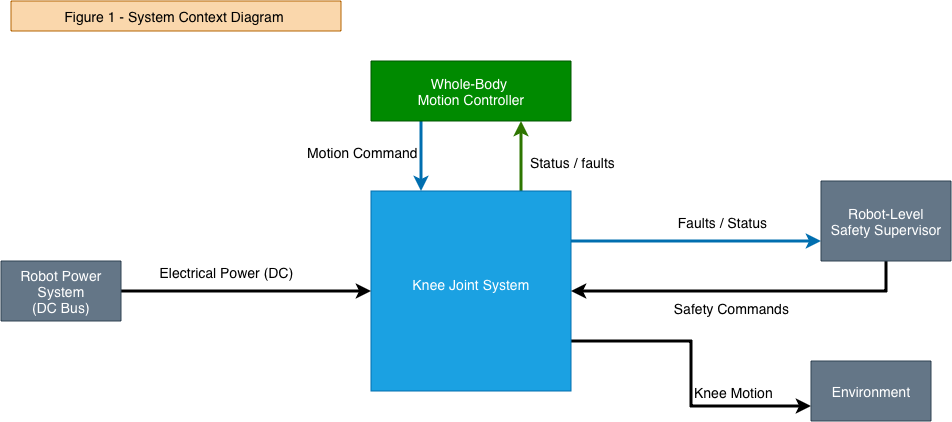
sjois13/humanoid-knee-joint-safety-demonstrator keeps this draw.io diagram as diagrams/01_System_Context_Diagram.drawio.png. Above is the earlier version. Source tidied: cells renumbered, new cells last; positions are measured from the earlier drawing's top-left corner, leaving out a move shared by most shapes. Source of this version:
```xml
<mxGraphModel>
  <root>
    <mxCell id="0" />
    <mxCell id="1" parent="0" />
    <mxCell id="2" style="edgeStyle=orthogonalEdgeStyle;rounded=0;jettySize=auto;html=1;exitX=0.75;exitY=0;exitDx=0;exitDy=0;entryX=0.75;entryY=1;entryDx=0;entryDy=0;strokeWidth=3;strokeColor=#2D7600;fillColor=#60a917;" parent="1" edge="1" source="8" target="11">
      <mxGeometry relative="1" as="geometry" />
    </mxCell>
    <mxCell id="3" value="&lt;font style=&quot;font-size: 14px;&quot;&gt;Status / faults&lt;/font&gt;" style="edgeLabel;html=1;align=center;verticalAlign=middle;" parent="2" vertex="1">
      <mxGeometry x="-0.11" y="-2" relative="1" as="geometry">
        <mxPoint x="48" as="offset" />
      </mxGeometry>
    </mxCell>
    <mxCell id="4" style="edgeStyle=orthogonalEdgeStyle;rounded=0;jettySize=auto;html=1;exitX=1;exitY=0.25;exitDx=0;exitDy=0;entryX=0;entryY=0.75;entryDx=0;entryDy=0;strokeWidth=3;strokeColor=#006EAF;fillColor=#1ba1e2;" parent="1" edge="1" source="8" target="17">
      <mxGeometry relative="1" as="geometry" />
    </mxCell>
    <mxCell id="5" value="&lt;font style=&quot;font-size: 14px;&quot;&gt;Faults / Status&lt;/font&gt;" style="edgeLabel;html=1;align=center;verticalAlign=middle;" parent="4" vertex="1">
      <mxGeometry x="0.18" y="-1" relative="1" as="geometry">
        <mxPoint x="2" y="-21" as="offset" />
      </mxGeometry>
    </mxCell>
    <mxCell id="6" style="edgeStyle=orthogonalEdgeStyle;rounded=0;jettySize=auto;html=1;exitX=1;exitY=0.75;exitDx=0;exitDy=0;entryX=0;entryY=0.75;entryDx=0;entryDy=0;strokeWidth=3;" parent="1" edge="1" source="8" target="18">
      <mxGeometry relative="1" as="geometry" />
    </mxCell>
    <mxCell id="7" value="&lt;font style=&quot;font-size: 14px;&quot;&gt;Knee Motion&lt;/font&gt;" style="edgeLabel;html=1;align=center;verticalAlign=middle;" parent="6" vertex="1">
      <mxGeometry x="0.49" y="1" relative="1" as="geometry">
        <mxPoint y="-14" as="offset" />
      </mxGeometry>
    </mxCell>
    <mxCell id="8" value="&lt;font style=&quot;font-size: 14px;&quot;&gt;Knee Joint System&lt;/font&gt;&lt;div&gt;&lt;br&gt;&lt;/div&gt;" style="whiteSpace=wrap;html=1;fillColor=#1ba1e2;fontColor=#ffffff;strokeColor=#006EAF;" parent="1" vertex="1">
      <mxGeometry x="370" y="190" width="200" height="200" as="geometry" />
    </mxCell>
    <mxCell id="9" style="edgeStyle=orthogonalEdgeStyle;rounded=0;jettySize=auto;html=1;exitX=0.25;exitY=1;exitDx=0;exitDy=0;entryX=0.25;entryY=0;entryDx=0;entryDy=0;strokeColor=#006EAF;strokeWidth=3;fillColor=#1ba1e2;" parent="1" edge="1" source="11" target="8">
      <mxGeometry relative="1" as="geometry" />
    </mxCell>
    <mxCell id="10" value="&lt;font style=&quot;font-size: 14px;&quot;&gt;Motion Command&lt;/font&gt;" style="edgeLabel;html=1;align=center;verticalAlign=middle;" parent="9" vertex="1">
      <mxGeometry x="0.03" y="-3" relative="1" as="geometry">
        <mxPoint x="-57" y="-6" as="offset" />
      </mxGeometry>
    </mxCell>
    <mxCell id="11" value="&lt;font style=&quot;font-size: 14px;&quot;&gt;Whole-Body&amp;nbsp;&lt;/font&gt;&lt;div&gt;&lt;font style=&quot;font-size: 14px;&quot;&gt;Motion Controller&lt;/font&gt;&lt;/div&gt;" style="rounded=0;whiteSpace=wrap;html=1;fillColor=#008a00;fontColor=#ffffff;strokeColor=#005700;" parent="1" vertex="1">
      <mxGeometry x="370" y="60" width="200" height="60" as="geometry" />
    </mxCell>
    <mxCell id="12" style="edgeStyle=orthogonalEdgeStyle;rounded=0;jettySize=auto;html=1;entryX=0;entryY=0.5;entryDx=0;entryDy=0;strokeWidth=3;" parent="1" edge="1" source="14" target="8">
      <mxGeometry relative="1" as="geometry" />
    </mxCell>
    <mxCell id="13" value="&lt;font style=&quot;font-size: 14px;&quot;&gt;Electrical Power (DC)&lt;/font&gt;" style="edgeLabel;html=1;align=center;verticalAlign=middle;" parent="12" vertex="1">
      <mxGeometry x="-0.18" y="-3" relative="1" as="geometry">
        <mxPoint y="-23" as="offset" />
      </mxGeometry>
    </mxCell>
    <mxCell id="14" value="&lt;font style=&quot;font-size: 14px;&quot;&gt;Robot Power System&lt;/font&gt;&lt;div&gt;&lt;font style=&quot;font-size: 14px;&quot;&gt;(DC Bus)&lt;/font&gt;&lt;/div&gt;" style="rounded=0;whiteSpace=wrap;html=1;fillColor=#647687;fontColor=#ffffff;strokeColor=#314354;" parent="1" vertex="1">
      <mxGeometry y="260" width="120" height="60" as="geometry" />
    </mxCell>
    <mxCell id="15" style="edgeStyle=orthogonalEdgeStyle;rounded=0;jettySize=auto;html=1;entryX=1;entryY=0.5;entryDx=0;entryDy=0;exitX=0.5;exitY=1;exitDx=0;exitDy=0;strokeWidth=3;" parent="1" edge="1" source="17" target="8">
      <mxGeometry relative="1" as="geometry" />
    </mxCell>
    <mxCell id="16" value="&lt;font style=&quot;font-size: 14px;&quot;&gt;Safety Commands&lt;/font&gt;" style="edgeLabel;html=1;align=center;verticalAlign=middle;" parent="15" vertex="1">
      <mxGeometry x="0.07" y="1" relative="1" as="geometry">
        <mxPoint y="15" as="offset" />
      </mxGeometry>
    </mxCell>
    <mxCell id="17" value="&lt;font style=&quot;font-size: 14px;&quot;&gt;Robot-Level&lt;/font&gt;&lt;div&gt;&lt;font style=&quot;font-size: 14px;&quot;&gt;Safety Supervisor&lt;/font&gt;&lt;/div&gt;" style="rounded=0;whiteSpace=wrap;html=1;fillColor=#647687;fontColor=#ffffff;strokeColor=#314354;" parent="1" vertex="1">
      <mxGeometry x="820" y="180" width="130" height="80" as="geometry" />
    </mxCell>
    <mxCell id="18" value="&lt;font style=&quot;font-size: 14px;&quot;&gt;Environment&lt;/font&gt;" style="rounded=0;whiteSpace=wrap;html=1;fillColor=#647687;fontColor=#ffffff;strokeColor=#314354;" parent="1" vertex="1">
      <mxGeometry x="810" y="360" width="120" height="60" as="geometry" />
    </mxCell>
    <mxCell id="19" value="&lt;font style=&quot;font-size: 14px;&quot;&gt;Figure 1 - System Context Diagram&amp;nbsp;&lt;/font&gt;" style="text;html=1;whiteSpace=wrap;fillColor=#fad7ac;align=center;verticalAlign=middle;rounded=0;strokeColor=#b46504;" parent="1" vertex="1">
      <mxGeometry x="10" width="330" height="30" as="geometry" />
    </mxCell>
  </root>
</mxGraphModel>
```
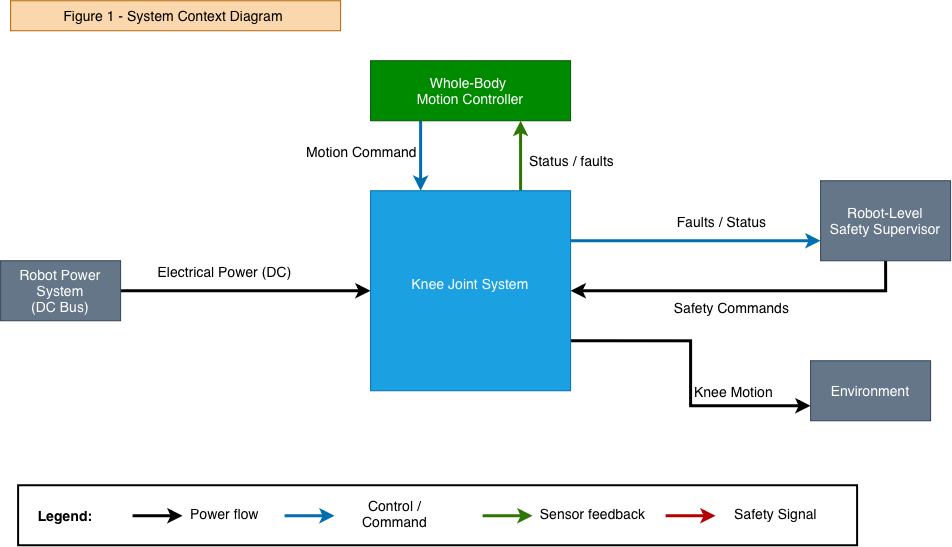
After the commit.

Commit message:
Refine system architecture diagram with Legend

Diff of the diagram source:
```diff
@@ -2,6 +2,9 @@
   <root>
     <mxCell id="0" />
     <mxCell id="1" parent="0" />
+    <mxCell id="20" style="rounded=0;whiteSpace=wrap;html=1;strokeWidth=2;" parent="1" vertex="1">
+      <mxGeometry x="18" y="485" width="839" height="60" as="geometry" />
+    </mxCell>
     <mxCell id="2" style="edgeStyle=orthogonalEdgeStyle;rounded=0;jettySize=auto;html=1;exitX=0.75;exitY=0;exitDx=0;exitDy=0;entryX=0.75;entryY=1;entryDx=0;entryDy=0;strokeWidth=3;strokeColor=#2D7600;fillColor=#60a917;" parent="1" edge="1" source="8" target="11">
       <mxGeometry relative="1" as="geometry" />
     </mxCell>
@@ -68,5 +71,44 @@
     <mxCell id="19" value="&lt;font style=&quot;font-size: 14px;&quot;&gt;Figure 1 - System Context Diagram&amp;nbsp;&lt;/font&gt;" style="text;html=1;whiteSpace=wrap;fillColor=#fad7ac;align=center;verticalAlign=middle;rounded=0;strokeColor=#b46504;" parent="1" vertex="1">
       <mxGeometry x="10" width="330" height="30" as="geometry" />
     </mxCell>
+    <mxCell id="21" style="endArrow=classic;html=1;rounded=0;strokeWidth=3;fontSize=14;" parent="1" edge="1">
+      <mxGeometry relative="1" as="geometry">
+        <mxPoint x="132" y="515" as="sourcePoint" />
+        <mxPoint x="182" y="515" as="targetPoint" />
+      </mxGeometry>
+    </mxCell>
+    <mxCell id="22" value="Power flow" style="text;html=1;whiteSpace=wrap;strokeColor=none;fillColor=none;align=center;verticalAlign=middle;rounded=0;fontSize=14;" parent="1" vertex="1">
+      <mxGeometry x="187" y="500" width="75" height="26" as="geometry" />
+    </mxCell>
+    <mxCell id="23" style="endArrow=classic;html=1;rounded=0;strokeWidth=3;fillColor=#1ba1e2;strokeColor=#006EAF;fontSize=14;" parent="1" edge="1">
+      <mxGeometry relative="1" as="geometry">
+        <mxPoint x="284" y="515" as="sourcePoint" />
+        <mxPoint x="334" y="515" as="targetPoint" />
+      </mxGeometry>
+    </mxCell>
+    <mxCell id="24" value="Control / Command" style="text;html=1;whiteSpace=wrap;strokeColor=none;fillColor=none;align=center;verticalAlign=middle;rounded=0;fontSize=14;" parent="1" vertex="1">
+      <mxGeometry x="339" y="500" width="111" height="26" as="geometry" />
+    </mxCell>
+    <mxCell id="25" style="endArrow=classic;html=1;rounded=0;strokeWidth=3;fillColor=#60a917;strokeColor=#2D7600;fontSize=14;" parent="1" edge="1">
+      <mxGeometry relative="1" as="geometry">
+        <mxPoint x="482" y="515" as="sourcePoint" />
+        <mxPoint x="532" y="515" as="targetPoint" />
+      </mxGeometry>
+    </mxCell>
+    <mxCell id="26" value="Sensor feedback" style="text;html=1;whiteSpace=wrap;strokeColor=none;fillColor=none;align=center;verticalAlign=middle;rounded=0;fontSize=14;" parent="1" vertex="1">
+      <mxGeometry x="537" y="500" width="111" height="26" as="geometry" />
+    </mxCell>
+    <mxCell id="27" style="endArrow=classic;html=1;rounded=0;strokeWidth=3;fillColor=#e51400;strokeColor=#B20000;fontSize=14;" parent="1" edge="1">
+      <mxGeometry relative="1" as="geometry">
+        <mxPoint x="665" y="515" as="sourcePoint" />
+        <mxPoint x="715" y="515" as="targetPoint" />
+      </mxGeometry>
+    </mxCell>
+    <mxCell id="28" value="Safety Signal" style="text;html=1;whiteSpace=wrap;strokeColor=none;fillColor=none;align=center;verticalAlign=middle;rounded=0;fontSize=14;" parent="1" vertex="1">
+      <mxGeometry x="720" y="500" width="111" height="26" as="geometry" />
+    </mxCell>
+    <mxCell id="29" value="&lt;b&gt;Legend:&lt;/b&gt;" style="text;html=1;whiteSpace=wrap;strokeColor=none;fillColor=none;align=center;verticalAlign=middle;rounded=0;fontSize=14;" parent="1" vertex="1">
+      <mxGeometry x="35" y="500" width="60" height="30" as="geometry" />
+    </mxCell>
   </root>
 </mxGraphModel>
```
